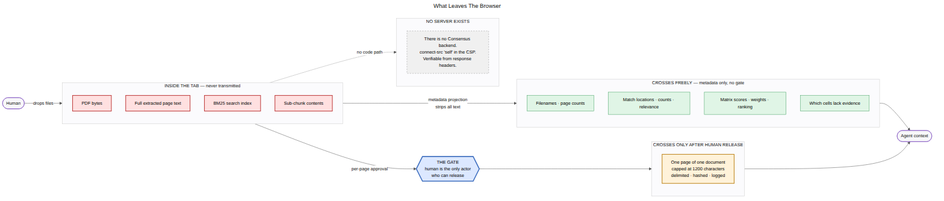
Earlier version of the Mermaid export docs/diagrams/png/02-trust-boundary.png (edish-github/Consensus). Its source is kept beside it as docs/diagrams/src/02-trust-boundary.mmd.
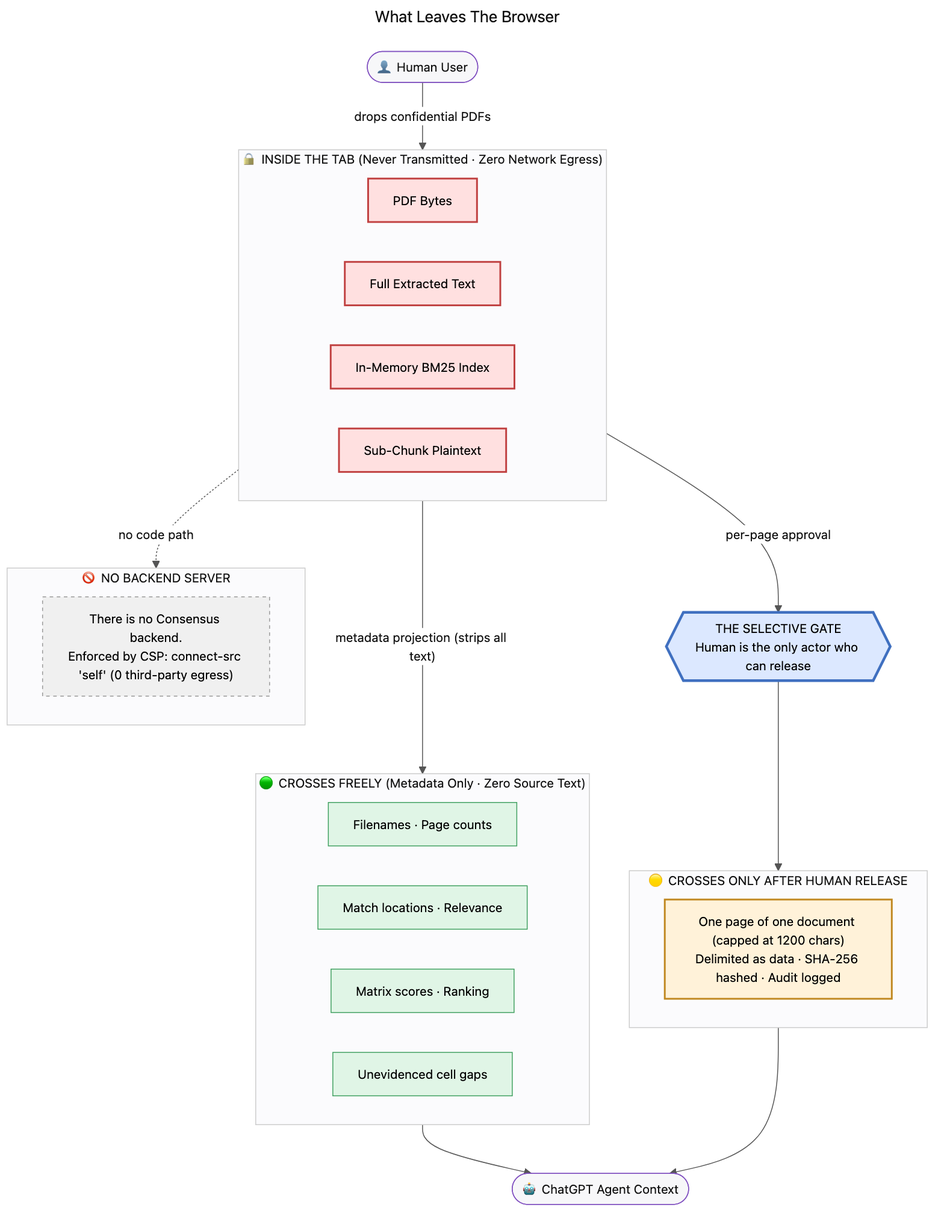
Later version of the same file.

Commit message:
docs: re-render trust boundary and why-webmcp diagrams with high-density vertical layout for crisp README display

Diff of the diagram source:
```diff
@@ -1,38 +1,42 @@
 ---
 title: What Leaves The Browser
 ---
-flowchart LR
+flowchart TB
 
-  subgraph INSIDE["INSIDE THE TAB — never transmitted"]
-    B1["PDF bytes"]
-    B2["Full extracted page text"]
-    B3["BM25 search index"]
-    B4["Sub-chunk contents"]
+  HUMAN(["👤 Human User"]) -->|"drops confidential PDFs"| INSIDE
+
+  subgraph INSIDE["🔒 INSIDE THE TAB (Never Transmitted · Zero Network Egress)"]
+    direction LR
+    B1["PDF Bytes"]
+    B2["Full Extracted Text"]
+    B3["In-Memory BM25 Index"]
+    B4["Sub-Chunk Plaintext"]
   end
 
-  subgraph FREE["CROSSES FREELY — metadata only, no gate"]
-    F1["Filenames · page counts"]
-    F2["Match locations · counts · relevance"]
-    F3["Matrix scores · weights · ranking"]
-    F4["Which cells lack evidence"]
+  subgraph NEVER["🚫 NO BACKEND SERVER"]
+    N1["There is no Consensus backend.<br/>Enforced by CSP: connect-src 'self' (0 third-party egress)"]
   end
 
-  subgraph GATED["CROSSES ONLY AFTER HUMAN RELEASE"]
-    G1["One page of one document<br/>capped at 1200 characters<br/>delimited · hashed · logged"]
+  INSIDE -.->|"no code path"| NEVER
+
+  INSIDE -->|"metadata projection (strips all text)"| FREE
+  INSIDE -->|"per-page approval"| GATE{{"THE SELECTIVE GATE<br/>Human is the only actor who can release"}}
+
+  subgraph FREE["🟢 CROSSES FREELY (Metadata Only · Zero Source Text)"]
+    direction LR
+    F1["Filenames · Page counts"]
+    F2["Match locations · Relevance"]
+    F3["Matrix scores · Ranking"]
+    F4["Unevidenced cell gaps"]
   end
 
-  subgraph NEVER["NO SERVER EXISTS"]
-    N1["There is no Consensus backend.<br/>connect-src 'self' in the CSP.<br/>Verifiable from response headers."]
+  subgraph GATED["🟡 CROSSES ONLY AFTER HUMAN RELEASE"]
+    G1["One page of one document (capped at 1200 chars)<br/>Delimited as data · SHA-256 hashed · Audit logged"]
   end
 
-  HUMAN(["Human"]) -->|"drops files"| INSIDE
-  INSIDE -->|"metadata projection<br/>strips all text"| FREE
-  INSIDE -->|"per-page approval"| GATE{{"THE GATE<br/>human is the only actor<br/>who can release"}}
   GATE --> GATED
-  FREE --> AGENT(["Agent context"])
+  FREE --> AGENT(["🤖 ChatGPT Agent Context"])
   GATED --> AGENT
-
-  INSIDE -.->|"no code path"| NEVER
 
   classDef plaintext fill:#ffe0e0,stroke:#c04040,stroke-width:2px,color:#000
   classDef free fill:#e0f5e6,stroke:#40a060,color:#000
```
